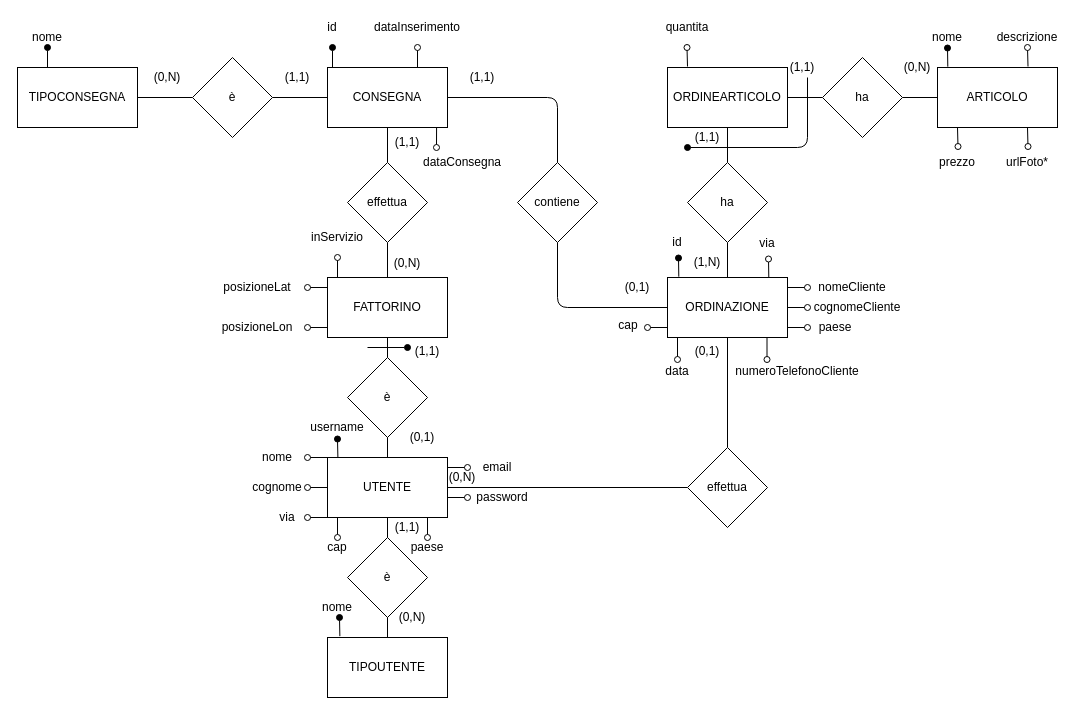
JariNaeser/PizzaDelivery keeps this draw.io diagram as media/DB/ER_DB_PizzaDelivery.drawio. Above is the earlier version. Source tidied: cells renumbered, new cells numbered last; positions are measured from the earlier drawing's top-left corner, leaving out a move shared by most shapes. Both pictures are drawn from the tidied source at 100%, with x=0, y=0 at pixel (17, 17).
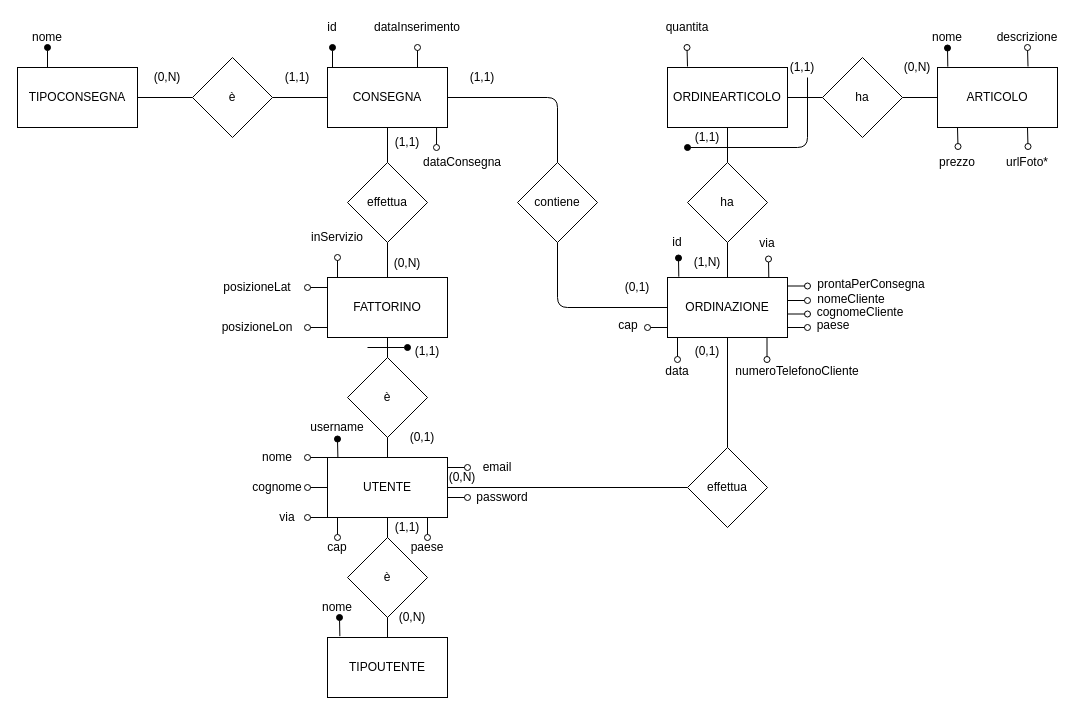
The same diagram, later.

The change refers to these unchanged cells:
```xml
<mxCell id="15" value="ORDINAZIONE" style="rounded=0;whiteSpace=wrap;html=1;" parent="1" vertex="1">
  <mxGeometry x="650" y="260" width="120" height="60" as="geometry" />
</mxCell>
```

What changed in the source:
```diff
@@
-    <mxCell id="68" style="endArrow=none;html=1;startArrow=oval;startFill=0;entryX=1;entryY=0.5;entryDx=0;entryDy=0;" parent="1" edge="1" target="15">
-      <mxGeometry relative="1" as="geometry">
-        <mxPoint x="790" y="290" as="sourcePoint" />
-      </mxGeometry>
-    </mxCell>
     <mxCell id="69" value="cognomeCliente" style="text;html=1;strokeColor=none;fillColor=none;align=center;verticalAlign=middle;whiteSpace=wrap;rounded=0;" parent="1" vertex="1">
-      <mxGeometry x="820" y="280" width="40" height="20" as="geometry" />
+      <mxGeometry x="822.5" y="285" width="40" height="20" as="geometry" />
     </mxCell>
@@
     <mxCell id="99" style="endArrow=none;html=1;startArrow=oval;startFill=0;entryX=1;entryY=0.5;entryDx=0;entryDy=0;" parent="1" edge="1">
       <mxGeometry relative="1" as="geometry">
-        <mxPoint x="790" y="270" as="sourcePoint" />
-        <mxPoint x="770" y="270" as="targetPoint" />
+        <mxPoint x="790" y="283" as="sourcePoint" />
+        <mxPoint x="770" y="283" as="targetPoint" />
       </mxGeometry>
     </mxCell>
@@
     <mxCell id="101" value="paese" style="text;html=1;strokeColor=none;fillColor=none;align=center;verticalAlign=middle;whiteSpace=wrap;rounded=0;" parent="1" vertex="1">
-      <mxGeometry x="797.5" y="300" width="40" height="20" as="geometry" />
+      <mxGeometry x="796" y="298" width="40" height="20" as="geometry" />
     </mxCell>
     <mxCell id="102" value="nomeCliente" style="text;html=1;strokeColor=none;fillColor=none;align=center;verticalAlign=middle;whiteSpace=wrap;rounded=0;" parent="1" vertex="1">
-      <mxGeometry x="814.5" y="260" width="40" height="20" as="geometry" />
+      <mxGeometry x="813.5" y="271.5" width="40" height="20" as="geometry" />
     </mxCell>
@@
+    <mxCell id="110" style="endArrow=none;html=1;startArrow=oval;startFill=0;entryX=1;entryY=0.5;entryDx=0;entryDy=0;" parent="1" edge="1">
+      <mxGeometry relative="1" as="geometry">
+        <mxPoint x="790" y="296.5" as="sourcePoint" />
+        <mxPoint x="770" y="296.5" as="targetPoint" />
+      </mxGeometry>
+    </mxCell>
+    <mxCell id="111" style="endArrow=none;html=1;startArrow=oval;startFill=0;entryX=1;entryY=0.5;entryDx=0;entryDy=0;" parent="1" edge="1">
+      <mxGeometry relative="1" as="geometry">
+        <mxPoint x="790" y="268.5" as="sourcePoint" />
+        <mxPoint x="770" y="268.5" as="targetPoint" />
+      </mxGeometry>
+    </mxCell>
+    <mxCell id="112" value="prontaPerConsegna" style="text;html=1;strokeColor=none;fillColor=none;align=center;verticalAlign=middle;whiteSpace=wrap;rounded=0;" parent="1" vertex="1">
+      <mxGeometry x="833.5" y="257" width="40" height="20" as="geometry" />
+    </mxCell>
```
